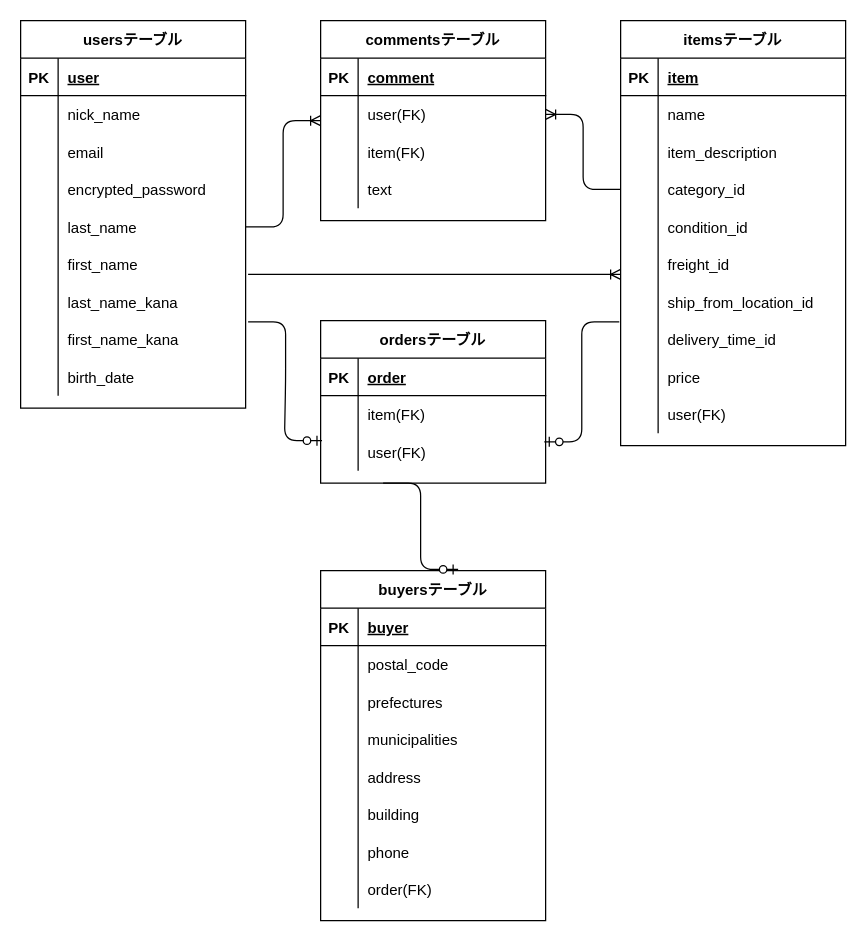
Above: furima.dio in Tsumire1208/furima-38798 (draw.io), before the change. Source tidied: cells renumbered, new cells numbered last; positions are measured from the earlier drawing's top-left corner, leaving out a move shared by most shapes. Both pictures are drawn from the tidied source at 125%, with x=0, y=0 at pixel (20, 20).
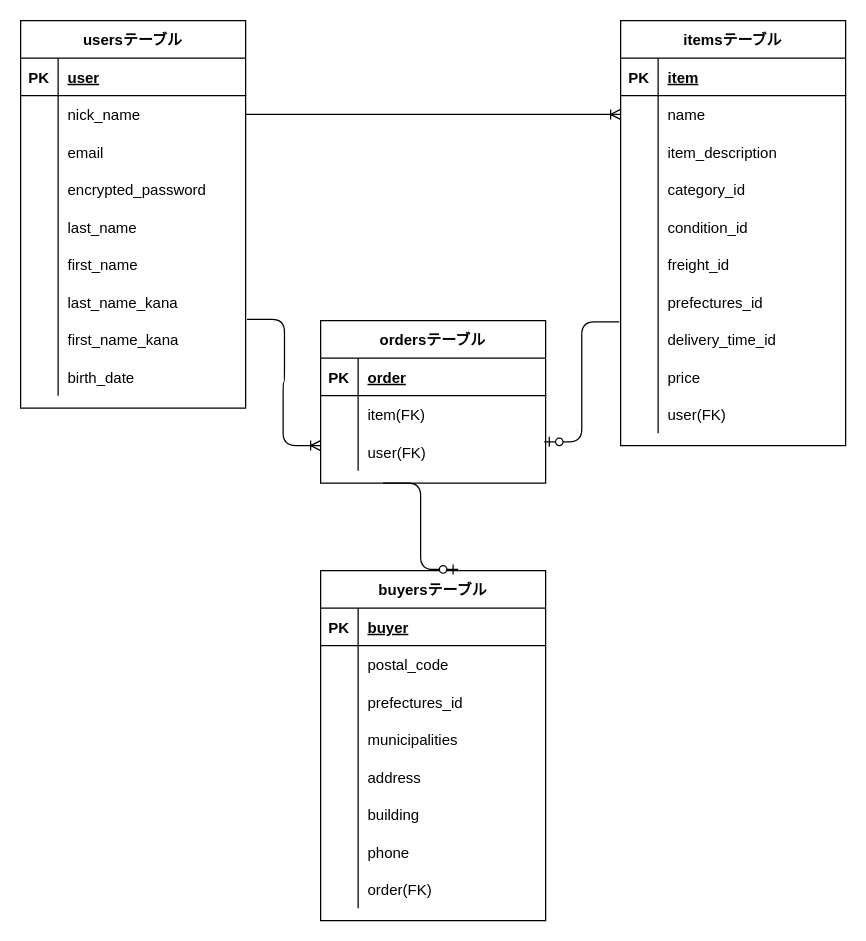
Above is the later version.

Commit message (it also covers changes not shown here):
データベース・ER図再修正

The change refers to these unchanged cells:
```xml
<mxCell id="6" style="shape=partialRectangle;fillColor=none;top=0;left=0;bottom=0;right=0;points=[[0,0.5],[1,0.5]];portConstraint=eastwest;" parent="2" vertex="1">
  <mxGeometry y="60" width="180" height="30" as="geometry" />
</mxCell>
<mxCell id="15" style="shape=partialRectangle;fillColor=none;top=0;left=0;bottom=0;right=0;points=[[0,0.5],[1,0.5]];portConstraint=eastwest;" parent="2" vertex="1">
  <mxGeometry y="150" width="180" height="30" as="geometry" />
</mxCell>
<mxCell id="18" style="shape=partialRectangle;fillColor=none;top=0;left=0;bottom=0;right=0;points=[[0,0.5],[1,0.5]];portConstraint=eastwest;" parent="2" vertex="1">
  <mxGeometry y="180" width="180" height="30" as="geometry" />
</mxCell>
<mxCell id="24" style="shape=partialRectangle;fillColor=none;top=0;left=0;bottom=0;right=0;points=[[0,0.5],[1,0.5]];portConstraint=eastwest;" parent="2" vertex="1">
  <mxGeometry y="240" width="180" height="30" as="geometry" />
</mxCell>
<mxCell id="34" style="shape=partialRectangle;fillColor=none;top=0;left=0;bottom=0;right=0;points=[[0,0.5],[1,0.5]];portConstraint=eastwest;" parent="30" vertex="1">
  <mxGeometry y="60" width="180" height="30" as="geometry" />
</mxCell>
<mxCell id="40" style="shape=partialRectangle;fillColor=none;top=0;left=0;bottom=0;right=0;points=[[0,0.5],[1,0.5]];portConstraint=eastwest;" parent="30" vertex="1">
  <mxGeometry y="120" width="180" height="30" as="geometry" />
</mxCell>
<mxCell id="49" style="shape=partialRectangle;fillColor=none;top=0;left=0;bottom=0;right=0;points=[[0,0.5],[1,0.5]];portConstraint=eastwest;" parent="30" vertex="1">
  <mxGeometry y="210" width="180" height="30" as="geometry" />
</mxCell>
<mxCell id="68" style="shape=partialRectangle;fillColor=none;top=0;left=0;bottom=0;right=0;" parent="61" vertex="1">
  <mxGeometry y="90" width="180" height="30" as="geometry" />
</mxCell>
<mxCell id="93" style="shape=partialRectangle;fillColor=none;top=0;left=0;bottom=0;right=0;points=[[0,0.5],[1,0.5]];portConstraint=eastwest;" parent="86" vertex="1">
  <mxGeometry y="90" width="180" height="30" as="geometry" />
</mxCell>
```

The edit, as a diff of the source:
```diff
@@
-    <mxCell id="51" value="ship_from_location_id" style="shape=partialRectangle;fillColor=none;top=0;left=0;bottom=0;right=0;align=left;spacingLeft=6;overflow=hidden;" parent="49" vertex="1">
+    <mxCell id="51" value="prefectures_id" style="shape=partialRectangle;fillColor=none;top=0;left=0;bottom=0;right=0;align=left;spacingLeft=6;overflow=hidden;" parent="49" vertex="1">
       <mxGeometry x="30" width="150" height="30" as="geometry" />
     </mxCell>
@@
-    <mxCell id="70" value="prefectures" style="shape=partialRectangle;fillColor=none;top=0;left=0;bottom=0;right=0;align=left;spacingLeft=6;overflow=hidden;" parent="68" vertex="1">
+    <mxCell id="70" value="prefectures_id" style="shape=partialRectangle;fillColor=none;top=0;left=0;bottom=0;right=0;align=left;spacingLeft=6;overflow=hidden;" parent="68" vertex="1">
       <mxGeometry x="30" width="150" height="30" as="geometry" />
     </mxCell>
@@
-    <mxCell id="96" value="commentsテーブル" style="shape=table;startSize=30;childLayout=tableLayout;rowLines=0;fontStyle=1;align=center;" parent="1" vertex="1">
-      <mxGeometry x="240" width="180" height="160" as="geometry" />
-    </mxCell>
-    <mxCell id="97" style="shape=partialRectangle;fillColor=none;top=0;left=0;bottom=1;right=0;" parent="96" vertex="1">
-      <mxGeometry y="30" width="180" height="30" as="geometry" />
-    </mxCell>
-    <mxCell id="98" value="PK" style="shape=partialRectangle;fillColor=none;top=0;left=0;bottom=0;right=0;fontStyle=1;overflow=hidden;" parent="97" vertex="1">
-      <mxGeometry width="30" height="30" as="geometry" />
-    </mxCell>
-    <mxCell id="99" value="comment" style="shape=partialRectangle;fillColor=none;top=0;left=0;bottom=0;right=0;align=left;spacingLeft=6;fontStyle=5;overflow=hidden;" parent="97" vertex="1">
-      <mxGeometry x="30" width="150" height="30" as="geometry" />
-    </mxCell>
-    <mxCell id="100" style="shape=partialRectangle;fillColor=none;top=0;left=0;bottom=0;right=0;points=[[0,0.5],[1,0.5]];portConstraint=eastwest;" parent="96" vertex="1">
-      <mxGeometry y="60" width="180" height="30" as="geometry" />
-    </mxCell>
-    <mxCell id="101" style="shape=partialRectangle;fillColor=none;top=0;left=0;bottom=0;right=0;overflow=hidden;" parent="100" vertex="1">
-      <mxGeometry width="30" height="30" as="geometry" />
-    </mxCell>
-    <mxCell id="102" value="user(FK)" style="shape=partialRectangle;fillColor=none;top=0;left=0;bottom=0;right=0;align=left;spacingLeft=6;overflow=hidden;" parent="100" vertex="1">
-      <mxGeometry x="30" width="150" height="30" as="geometry" />
-    </mxCell>
-    <mxCell id="103" style="shape=partialRectangle;fillColor=none;top=0;left=0;bottom=0;right=0;" parent="96" vertex="1">
-      <mxGeometry y="90" width="180" height="30" as="geometry" />
-    </mxCell>
-    <mxCell id="104" style="shape=partialRectangle;fillColor=none;top=0;left=0;bottom=0;right=0;overflow=hidden;" parent="103" vertex="1">
-      <mxGeometry width="30" height="30" as="geometry" />
-    </mxCell>
-    <mxCell id="105" value="item(FK)" style="shape=partialRectangle;fillColor=none;top=0;left=0;bottom=0;right=0;align=left;spacingLeft=6;overflow=hidden;" parent="103" vertex="1">
-      <mxGeometry x="30" width="150" height="30" as="geometry" />
-    </mxCell>
-    <mxCell id="106" style="shape=partialRectangle;fillColor=none;top=0;left=0;bottom=0;right=0;" parent="96" vertex="1">
-      <mxGeometry y="120" width="180" height="30" as="geometry" />
-    </mxCell>
-    <mxCell id="107" style="shape=partialRectangle;fillColor=none;top=0;left=0;bottom=0;right=0;overflow=hidden;" parent="106" vertex="1">
-      <mxGeometry width="30" height="30" as="geometry" />
-    </mxCell>
-    <mxCell id="108" value="text" style="shape=partialRectangle;fillColor=none;top=0;left=0;bottom=0;right=0;align=left;spacingLeft=6;overflow=hidden;" parent="106" vertex="1">
-      <mxGeometry x="30" width="150" height="30" as="geometry" />
-    </mxCell>
-    <mxCell id="109" style="edgeStyle=entityRelationEdgeStyle;fontSize=12;html=1;endArrow=ERoneToMany;exitX=1.011;exitY=0.767;exitDx=0;exitDy=0;exitPerimeter=0;" parent="1" edge="1" source="18">
-      <mxGeometry relative="1" as="geometry">
-        <mxPoint x="480" y="203" as="targetPoint" />
-      </mxGeometry>
+    <mxCell id="109" style="edgeStyle=entityRelationEdgeStyle;fontSize=12;html=1;endArrow=ERoneToMany;exitX=1;exitY=0.5;exitDx=0;exitDy=0;entryX=0;entryY=0.5;entryDx=0;entryDy=0;" parent="1" edge="1" source="6" target="34">
+      <mxGeometry relative="1" as="geometry" />
     </mxCell>
-    <mxCell id="110" style="edgeStyle=entityRelationEdgeStyle;fontSize=12;html=1;endArrow=ERoneToMany;exitX=1;exitY=0.5;exitDx=0;exitDy=0;" parent="1" edge="1" source="15">
-      <mxGeometry relative="1" as="geometry">
-        <mxPoint x="240" y="80" as="targetPoint" />
-      </mxGeometry>
-    </mxCell>
-    <mxCell id="111" style="edgeStyle=entityRelationEdgeStyle;fontSize=12;html=1;endArrow=ERoneToMany;entryX=1;entryY=0.5;entryDx=0;entryDy=0;exitX=0;exitY=0.5;exitDx=0;exitDy=0;" parent="1" edge="1" source="40" target="100">
-      <mxGeometry relative="1" as="geometry" />
-    </mxCell>
-    <mxCell id="112" style="edgeStyle=entityRelationEdgeStyle;fontSize=12;html=1;endArrow=ERzeroToOne;endFill=1;entryX=0.006;entryY=0.2;entryDx=0;entryDy=0;exitX=1.011;exitY=0.033;exitDx=0;exitDy=0;exitPerimeter=0;entryPerimeter=0;" parent="1" edge="1" source="24" target="93">
-      <mxGeometry relative="1" as="geometry" />
-    </mxCell>
@@
+    <mxCell id="112" style="edgeStyle=entityRelationEdgeStyle;fontSize=12;html=1;endArrow=ERoneToMany;exitX=1.006;exitY=-0.033;exitDx=0;exitDy=0;exitPerimeter=0;entryX=0;entryY=0.333;entryDx=0;entryDy=0;entryPerimeter=0;" parent="1" edge="1" source="24" target="93">
+      <mxGeometry relative="1" as="geometry" />
+    </mxCell>
```
